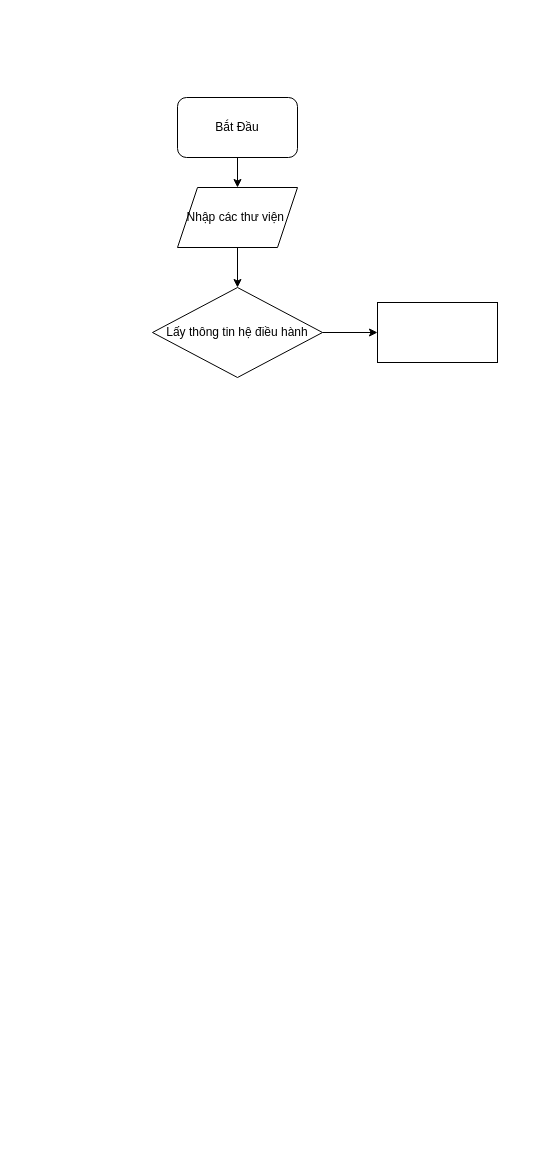
The draw.io diagram Biểu đồ không có tiêu đề.drawio in PlaymakerVN/KHKT-2023-1, before the edit. Source tidied: cells renumbered, new cells numbered last; positions are measured from the earlier drawing's top-left corner, leaving out a move shared by most shapes. Both pictures are drawn from the tidied source at 100%, with x=0, y=0 at pixel (152, 97).
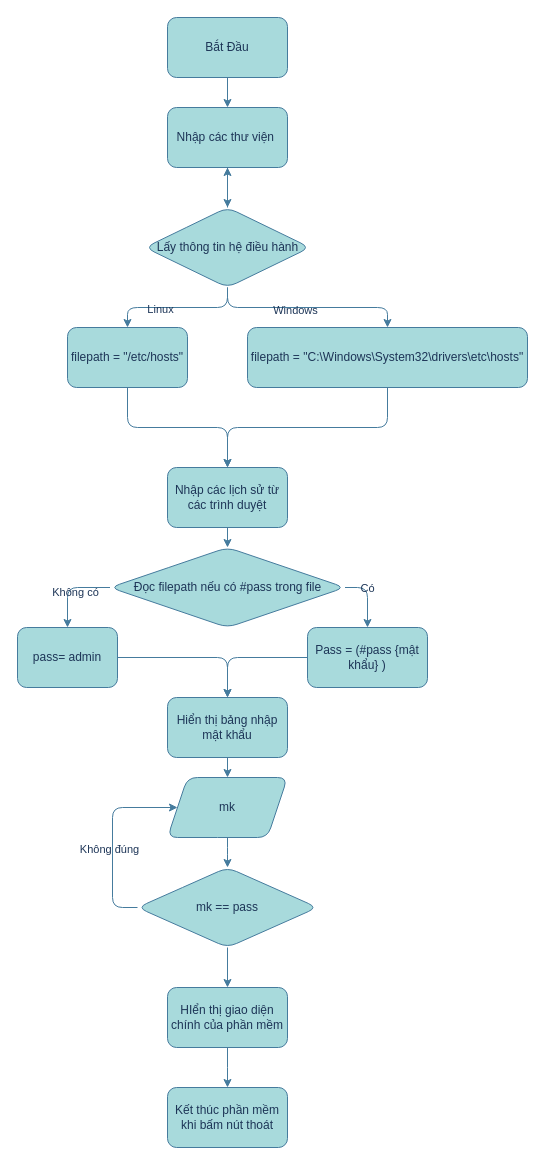
The same page after the edit.

Commit message:
Cập nhật Biểu đồ không có tiêu đề.drawio

Diff of the diagram source:
```diff
@@
-<mxGraphModel>
+<mxGraphModel background="#ffffff">
@@
-    <mxCell id="2" style="edgeStyle=orthogonalEdgeStyle;rounded=0;jettySize=auto;html=1;exitX=0.5;exitY=1;exitDx=0;exitDy=0;" parent="1" edge="1" source="3" target="5">
+    <mxCell id="2" style="edgeStyle=orthogonalEdgeStyle;rounded=1;jettySize=auto;html=1;exitX=0.5;exitY=1;exitDx=0;exitDy=0;entryX=0.5;entryY=0;entryDx=0;entryDy=0;labelBackgroundColor=none;strokeColor=#457B9D;fontColor=default;" parent="1" edge="1" source="3" target="5">
       <mxGeometry relative="1" as="geometry" />
     </mxCell>
-    <mxCell id="3" value="Bắt Đầu" style="rounded=1;whiteSpace=wrap;html=1;" parent="1" vertex="1">
-      <mxGeometry x="25" width="120" height="60" as="geometry" />
+    <mxCell id="3" value="Bắt Đầu" style="rounded=1;whiteSpace=wrap;html=1;labelBackgroundColor=none;fillColor=#A8DADC;strokeColor=#457B9D;fontColor=#1D3557;" parent="1" vertex="1">
+      <mxGeometry x="15" y="-80" width="120" height="60" as="geometry" />
     </mxCell>
+    <mxCell id="9" style="edgeStyle=orthogonalEdgeStyle;rounded=1;jettySize=auto;html=1;exitX=0.5;exitY=1;exitDx=0;exitDy=0;labelBackgroundColor=none;strokeColor=#457B9D;fontColor=default;" parent="1" edge="1" source="7" target="15">
+      <mxGeometry relative="1" as="geometry" />
+    </mxCell>
+    <mxCell id="10" value="Linux" style="edgeLabel;html=1;align=center;verticalAlign=middle;labelBackgroundColor=none;fontColor=#1D3557;rounded=1;" parent="9" vertex="1">
+      <mxGeometry x="0.25" y="1" relative="1" as="geometry" />
+    </mxCell>
+    <mxCell id="6" style="edgeStyle=orthogonalEdgeStyle;rounded=1;jettySize=auto;html=1;exitX=0.5;exitY=1;exitDx=0;exitDy=0;labelBackgroundColor=none;strokeColor=#457B9D;fontColor=default;" parent="1" edge="1" source="7" target="8">
+      <mxGeometry relative="1" as="geometry" />
+    </mxCell>
+    <mxCell id="11" value="Windows" style="edgeLabel;html=1;align=center;verticalAlign=middle;labelBackgroundColor=none;fontColor=#1D3557;rounded=1;" parent="6" vertex="1">
+      <mxGeometry x="-0.13" y="-2" relative="1" as="geometry" />
+    </mxCell>
+    <mxCell id="12" style="edgeStyle=orthogonalEdgeStyle;rounded=0;jettySize=auto;html=1;labelBackgroundColor=none;strokeColor=#457B9D;fontColor=default;" parent="1" edge="1" source="7" target="5">
+      <mxGeometry relative="1" as="geometry" />
+    </mxCell>
+    <mxCell id="7" value="Lấy thông tin hệ điều hành" style="rhombus;whiteSpace=wrap;html=1;labelBackgroundColor=none;fillColor=#A8DADC;strokeColor=#457B9D;fontColor=#1D3557;rounded=1;" parent="1" vertex="1">
+      <mxGeometry x="-7.5" y="110" width="165" height="80" as="geometry" />
+    </mxCell>
+    <mxCell id="13" style="edgeStyle=orthogonalEdgeStyle;rounded=1;jettySize=auto;html=1;exitX=0.5;exitY=1;exitDx=0;exitDy=0;entryX=0.5;entryY=0;entryDx=0;entryDy=0;labelBackgroundColor=none;strokeColor=#457B9D;fontColor=default;" parent="1" edge="1" source="8" target="36">
+      <mxGeometry relative="1" as="geometry" />
+    </mxCell>
+    <mxCell id="8" value="filepath = &quot;C:\Windows\System32\drivers\etc\hosts&quot;" style="rounded=1;whiteSpace=wrap;html=1;labelBackgroundColor=none;fillColor=#A8DADC;strokeColor=#457B9D;fontColor=#1D3557;" parent="1" vertex="1">
+      <mxGeometry x="95" y="230" width="280" height="60" as="geometry" />
+    </mxCell>
+    <mxCell id="14" style="edgeStyle=orthogonalEdgeStyle;rounded=1;jettySize=auto;html=1;exitX=0.5;exitY=1;exitDx=0;exitDy=0;entryX=0.5;entryY=0;entryDx=0;entryDy=0;labelBackgroundColor=none;strokeColor=#457B9D;fontColor=default;" parent="1" edge="1" source="15" target="36">
+      <mxGeometry relative="1" as="geometry" />
+    </mxCell>
+    <mxCell id="15" value="filepath = &quot;/etc/hosts&quot;" style="rounded=1;whiteSpace=wrap;html=1;labelBackgroundColor=none;fillColor=#A8DADC;strokeColor=#457B9D;fontColor=#1D3557;" parent="1" vertex="1">
+      <mxGeometry x="-85" y="230" width="120" height="60" as="geometry" />
+    </mxCell>
+    <mxCell id="16" style="edgeStyle=orthogonalEdgeStyle;rounded=1;jettySize=auto;html=1;exitX=0;exitY=0.5;exitDx=0;exitDy=0;entryX=0.5;entryY=0;entryDx=0;entryDy=0;labelBackgroundColor=none;strokeColor=#457B9D;fontColor=default;" parent="1" edge="1" source="20" target="22">
+      <mxGeometry relative="1" as="geometry" />
+    </mxCell>
+    <mxCell id="17" value="Không có" style="edgeLabel;html=1;align=center;verticalAlign=middle;labelBackgroundColor=none;fontColor=#1D3557;rounded=1;" parent="16" vertex="1">
+      <mxGeometry x="-0.16" y="4" relative="1" as="geometry" />
+    </mxCell>
+    <mxCell id="18" style="edgeStyle=orthogonalEdgeStyle;rounded=1;jettySize=auto;html=1;exitX=1;exitY=0.5;exitDx=0;exitDy=0;labelBackgroundColor=none;strokeColor=#457B9D;fontColor=default;" parent="1" edge="1" source="20" target="24">
+      <mxGeometry relative="1" as="geometry" />
+    </mxCell>
+    <mxCell id="19" value="Có&lt;br&gt;" style="edgeLabel;html=1;align=center;verticalAlign=middle;labelBackgroundColor=none;fontColor=#1D3557;rounded=1;" parent="18" vertex="1">
+      <mxGeometry x="-0.28" y="-1" relative="1" as="geometry" />
+    </mxCell>
+    <mxCell id="20" value="Đọc filepath nếu có #pass trong file" style="rhombus;whiteSpace=wrap;html=1;labelBackgroundColor=none;fillColor=#A8DADC;strokeColor=#457B9D;fontColor=#1D3557;rounded=1;" parent="1" vertex="1">
+      <mxGeometry x="-42.5" y="450" width="235" height="80" as="geometry" />
+    </mxCell>
+    <mxCell id="21" style="edgeStyle=orthogonalEdgeStyle;rounded=1;jettySize=auto;html=1;exitX=1;exitY=0.5;exitDx=0;exitDy=0;entryX=0.5;entryY=0;entryDx=0;entryDy=0;labelBackgroundColor=none;strokeColor=#457B9D;fontColor=default;" parent="1" edge="1" source="22" target="26">
+      <mxGeometry relative="1" as="geometry" />
+    </mxCell>
+    <mxCell id="22" value="pass= admin" style="rounded=1;whiteSpace=wrap;html=1;labelBackgroundColor=none;fillColor=#A8DADC;strokeColor=#457B9D;fontColor=#1D3557;" parent="1" vertex="1">
+      <mxGeometry x="-135" y="530" width="100" height="60" as="geometry" />
+    </mxCell>
+    <mxCell id="23" style="edgeStyle=orthogonalEdgeStyle;rounded=1;jettySize=auto;html=1;exitX=0;exitY=0.5;exitDx=0;exitDy=0;entryX=0.5;entryY=0;entryDx=0;entryDy=0;labelBackgroundColor=none;strokeColor=#457B9D;fontColor=default;" parent="1" edge="1" source="24" target="26">
+      <mxGeometry relative="1" as="geometry" />
+    </mxCell>
+    <mxCell id="24" value="Pass = (#pass {mật khẩu} )" style="rounded=1;whiteSpace=wrap;html=1;labelBackgroundColor=none;fillColor=#A8DADC;strokeColor=#457B9D;fontColor=#1D3557;" parent="1" vertex="1">
+      <mxGeometry x="155" y="530" width="120" height="60" as="geometry" />
+    </mxCell>
+    <mxCell id="25" style="edgeStyle=orthogonalEdgeStyle;rounded=1;jettySize=auto;html=1;exitX=0.5;exitY=1;exitDx=0;exitDy=0;entryX=0.5;entryY=0;entryDx=0;entryDy=0;labelBackgroundColor=none;strokeColor=#457B9D;fontColor=default;" parent="1" edge="1" source="26" target="28">
+      <mxGeometry relative="1" as="geometry" />
+    </mxCell>
+    <mxCell id="26" value="Hiển thị bảng nhập mật khẩu" style="rounded=1;whiteSpace=wrap;html=1;labelBackgroundColor=none;fillColor=#A8DADC;strokeColor=#457B9D;fontColor=#1D3557;" parent="1" vertex="1">
+      <mxGeometry x="15" y="600" width="120" height="60" as="geometry" />
+    </mxCell>
+    <mxCell id="27" style="edgeStyle=orthogonalEdgeStyle;rounded=1;jettySize=auto;html=1;exitX=0.5;exitY=1;exitDx=0;exitDy=0;labelBackgroundColor=none;strokeColor=#457B9D;fontColor=default;" parent="1" edge="1" source="28" target="32">
+      <mxGeometry relative="1" as="geometry" />
+    </mxCell>
+    <mxCell id="28" value="mk" style="shape=parallelogram;perimeter=parallelogramPerimeter;whiteSpace=wrap;html=1;fixedSize=1;labelBackgroundColor=none;fillColor=#A8DADC;strokeColor=#457B9D;fontColor=#1D3557;rounded=1;" parent="1" vertex="1">
+      <mxGeometry x="15" y="680" width="120" height="60" as="geometry" />
+    </mxCell>
+    <mxCell id="29" style="edgeStyle=orthogonalEdgeStyle;rounded=1;jettySize=auto;html=1;exitX=0;exitY=0.5;exitDx=0;exitDy=0;entryX=0;entryY=0.5;entryDx=0;entryDy=0;labelBackgroundColor=none;strokeColor=#457B9D;fontColor=default;" parent="1" edge="1" source="32" target="28">
+      <mxGeometry relative="1" as="geometry">
+        <Array as="points">
+          <mxPoint x="-40" y="810" />
+          <mxPoint x="-40" y="710" />
+        </Array>
+      </mxGeometry>
+    </mxCell>
+    <mxCell id="30" value="Không đúng" style="edgeLabel;html=1;align=center;verticalAlign=middle;labelBackgroundColor=none;fontColor=#1D3557;rounded=1;" parent="29" vertex="1">
+      <mxGeometry x="-0.12" y="4" relative="1" as="geometry" />
+    </mxCell>
+    <mxCell id="31" style="edgeStyle=orthogonalEdgeStyle;rounded=1;jettySize=auto;html=1;exitX=0.5;exitY=1;exitDx=0;exitDy=0;strokeColor=#457B9D;fontColor=default;labelBackgroundColor=none;" parent="1" edge="1" source="32" target="34">
+      <mxGeometry relative="1" as="geometry" />
+    </mxCell>
+    <mxCell id="32" value="mk == pass" style="rhombus;whiteSpace=wrap;html=1;labelBackgroundColor=none;fillColor=#A8DADC;strokeColor=#457B9D;fontColor=#1D3557;rounded=1;" parent="1" vertex="1">
+      <mxGeometry x="-15" y="770" width="180" height="80" as="geometry" />
+    </mxCell>
+    <mxCell id="33" style="edgeStyle=orthogonalEdgeStyle;rounded=0;jettySize=auto;html=1;exitX=0.5;exitY=1;exitDx=0;exitDy=0;entryX=0.5;entryY=0;entryDx=0;entryDy=0;labelBackgroundColor=none;strokeColor=#457B9D;fontColor=default;" parent="1" edge="1" source="34">
+      <mxGeometry relative="1" as="geometry">
+        <mxPoint x="75" y="990" as="targetPoint" />
+      </mxGeometry>
+    </mxCell>
+    <mxCell id="34" value="HIển thị giao diện chính của phần mềm" style="rounded=1;whiteSpace=wrap;html=1;labelBackgroundColor=none;fillColor=#A8DADC;strokeColor=#457B9D;fontColor=#1D3557;" parent="1" vertex="1">
+      <mxGeometry x="15" y="890" width="120" height="60" as="geometry" />
+    </mxCell>
+    <mxCell id="35" style="edgeStyle=orthogonalEdgeStyle;rounded=1;jettySize=auto;html=1;exitX=0.5;exitY=1;exitDx=0;exitDy=0;entryX=0.5;entryY=0;entryDx=0;entryDy=0;labelBackgroundColor=none;strokeColor=#457B9D;fontColor=default;" parent="1" edge="1" source="36" target="20">
+      <mxGeometry relative="1" as="geometry" />
+    </mxCell>
+    <mxCell id="36" value="Nhập các lịch sử từ các trình duyệt" style="rounded=1;whiteSpace=wrap;html=1;labelBackgroundColor=none;fillColor=#A8DADC;strokeColor=#457B9D;fontColor=#1D3557;" parent="1" vertex="1">
+      <mxGeometry x="15" y="370" width="120" height="60" as="geometry" />
+    </mxCell>
-    <mxCell id="4" style="edgeStyle=orthogonalEdgeStyle;rounded=0;jettySize=auto;html=1;exitX=0.5;exitY=1;exitDx=0;exitDy=0;" parent="1" edge="1" source="5" target="7">
+    <mxCell id="4" style="edgeStyle=orthogonalEdgeStyle;rounded=1;jettySize=auto;html=1;exitX=0.5;exitY=1;exitDx=0;exitDy=0;entryX=0.5;entryY=0;entryDx=0;entryDy=0;labelBackgroundColor=none;strokeColor=#457B9D;fontColor=default;" parent="1" edge="1" source="5" target="7">
       <mxGeometry relative="1" as="geometry" />
     </mxCell>
-    <mxCell id="5" value="Nhập các thư viện&amp;nbsp;" style="shape=parallelogram;perimeter=parallelogramPerimeter;whiteSpace=wrap;html=1;fixedSize=1;" parent="1" vertex="1">
-      <mxGeometry x="25" y="90" width="120" height="60" as="geometry" />
+    <mxCell id="5" value="Nhập các thư viện&amp;nbsp;" style="rounded=1;whiteSpace=wrap;html=1;labelBackgroundColor=none;fillColor=#A8DADC;strokeColor=#457B9D;fontColor=#1D3557;" parent="1" vertex="1">
+      <mxGeometry x="15" y="10" width="120" height="60" as="geometry" />
     </mxCell>
-    <mxCell id="6" style="edgeStyle=orthogonalEdgeStyle;rounded=0;jettySize=auto;html=1;exitX=1;exitY=0.5;exitDx=0;exitDy=0;" parent="1" edge="1" source="7" target="8">
-      <mxGeometry relative="1" as="geometry" />
-    </mxCell>
-    <mxCell id="7" value="Lấy thông tin hệ điều hành" style="rhombus;whiteSpace=wrap;html=1;" parent="1" vertex="1">
-      <mxGeometry y="190" width="170" height="90" as="geometry" />
-    </mxCell>
-    <mxCell id="8" style="rounded=0;whiteSpace=wrap;html=1;" parent="1" vertex="1">
-      <mxGeometry x="225" y="205" width="120" height="60" as="geometry" />
-    </mxCell>
+    <mxCell id="37" value="Kết thúc phần mềm khi bấm nút thoát" style="rounded=1;whiteSpace=wrap;html=1;strokeColor=#457B9D;fontColor=#1D3557;fillColor=#A8DADC;" parent="1" vertex="1">
+      <mxGeometry x="15" y="990" width="120" height="60" as="geometry" />
+    </mxCell>
```
